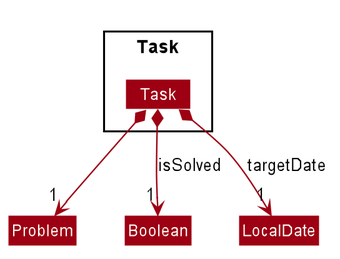
Earlier version of the PlantUML export docs/images/design/model/TaskPackageDiagram.png (nus-cs2103-AY1920S1/addressbook-level3).
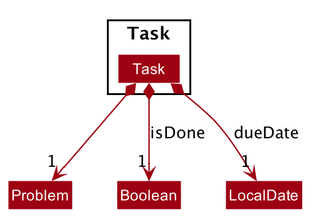
The same diagram one commit later.

Diff of the diagram source:
```diff
@@ -59,7 +59,7 @@
 }
 
 Task *--> "1" Problem
-Task *--> "1" Boolean : isSolved
-Task *--> "1" LocalDate : targetDate
+Task *--> "1" Boolean : isDone
+Task *--> "1" LocalDate : dueDate
 
 @enduml
```
